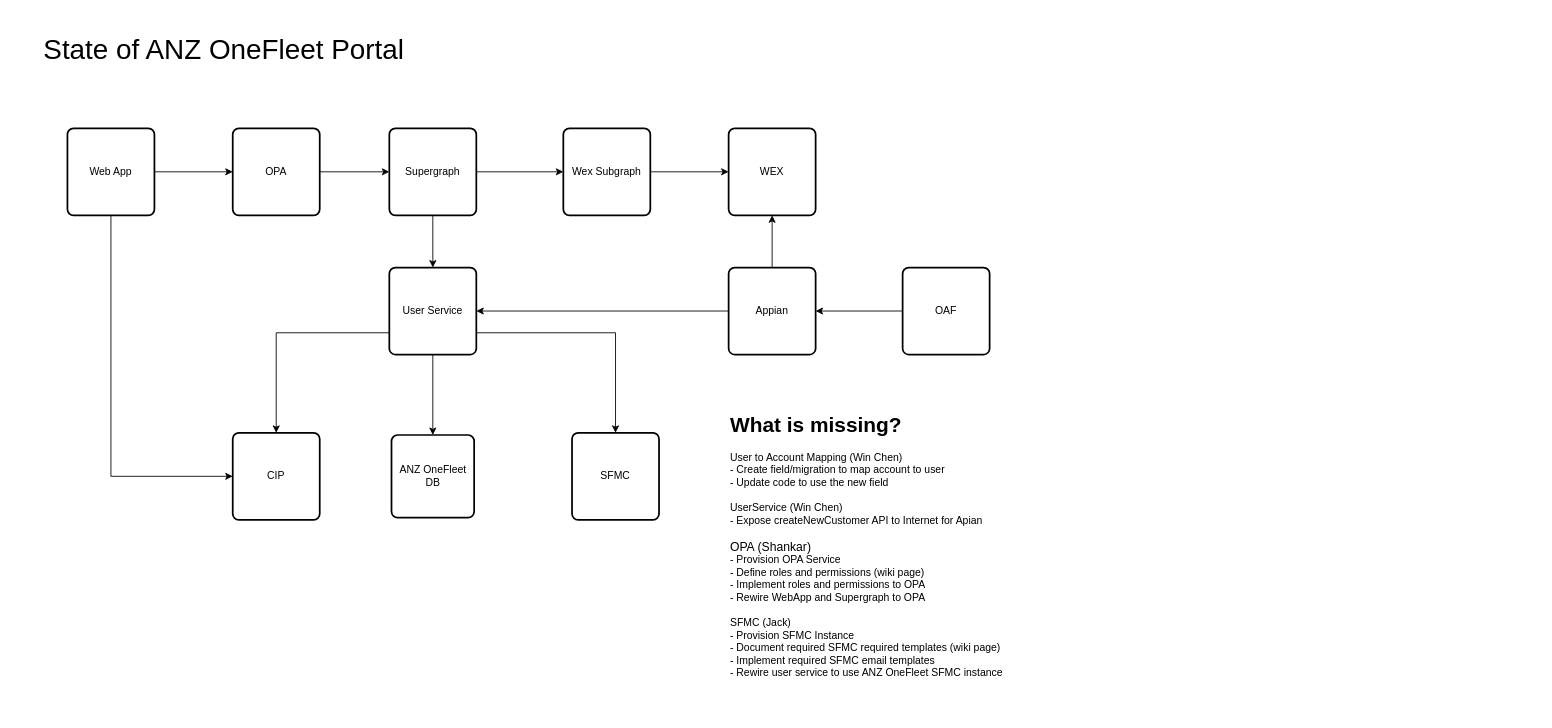
The draw.io diagram Technical User Flow.drawio in maralcbr/sequence-diagrams, before the edit. Source tidied: cells renumbered, new cells numbered last; positions are measured from the earlier drawing's top-left corner, leaving out a move shared by most shapes. Both pictures are drawn from the tidied source at 87%, with x=0, y=0 at pixel (15, 15).
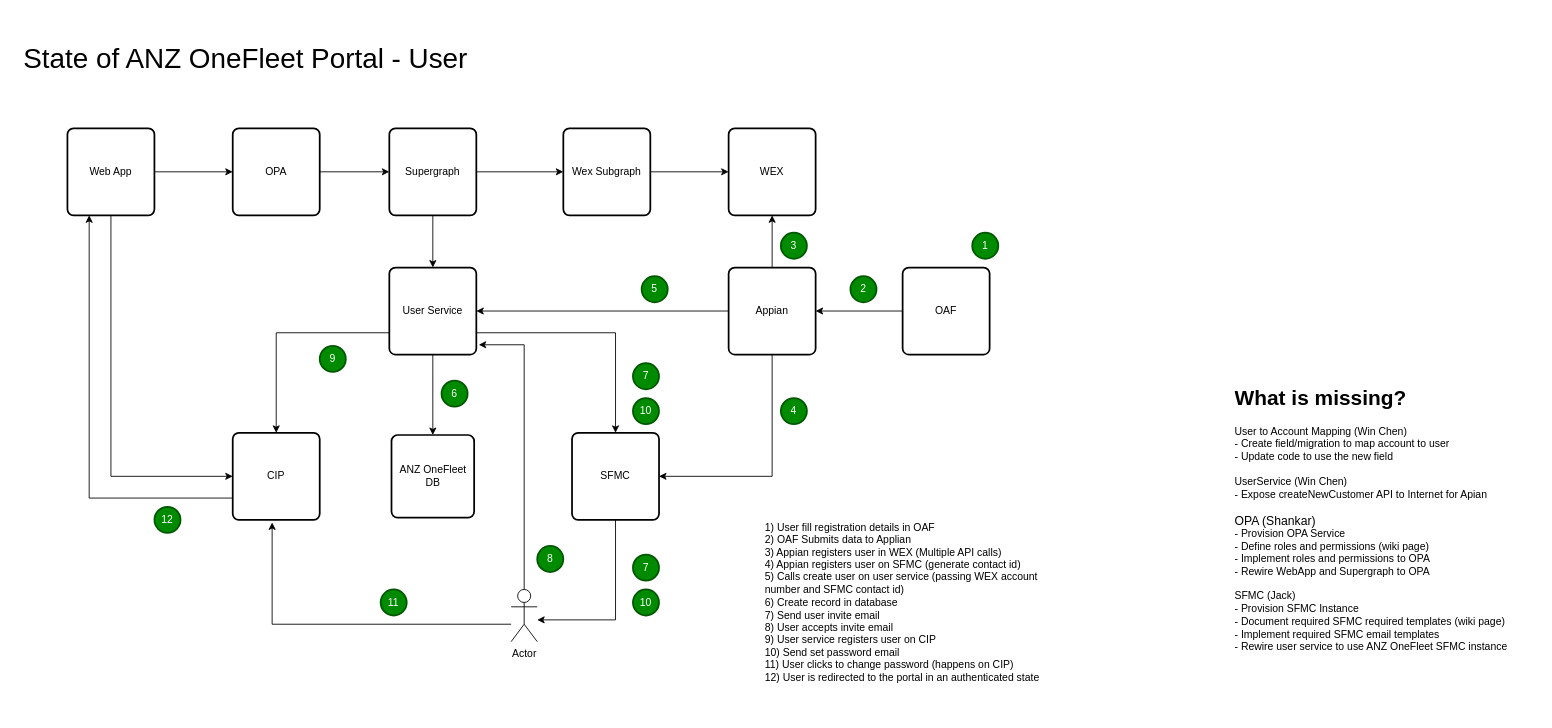
After the change.

The change refers to these unchanged cells:
```xml
<mxCell id="5" value="User Service" style="rounded=1;whiteSpace=wrap;html=1;absoluteArcSize=1;arcSize=14;strokeWidth=2;" parent="1" vertex="1">
  <mxGeometry x="430" y="290" width="100" height="100" as="geometry" />
</mxCell>
<mxCell id="11" value="Web App" style="rounded=1;whiteSpace=wrap;html=1;absoluteArcSize=1;arcSize=14;strokeWidth=2;" parent="1" vertex="1">
  <mxGeometry x="60" y="130" width="100" height="100" as="geometry" />
</mxCell>
<mxCell id="20" value="SFMC" style="rounded=1;whiteSpace=wrap;html=1;absoluteArcSize=1;arcSize=14;strokeWidth=2;" parent="1" vertex="1">
  <mxGeometry x="640" y="480" width="100" height="100" as="geometry" />
</mxCell>
<mxCell id="24" value="Appian" style="rounded=1;whiteSpace=wrap;html=1;absoluteArcSize=1;arcSize=14;strokeWidth=2;" parent="1" vertex="1">
  <mxGeometry x="820" y="290" width="100" height="100" as="geometry" />
</mxCell>
<mxCell id="25" value="CIP" style="rounded=1;whiteSpace=wrap;html=1;absoluteArcSize=1;arcSize=14;strokeWidth=2;" parent="1" vertex="1">
  <mxGeometry x="250" y="480" width="100" height="100" as="geometry" />
</mxCell>
```

Diff of the diagram source:
```diff
@@
     <mxCell id="21" value="&lt;h1 style=&quot;margin-top: 0px;&quot;&gt;What is missing?&lt;/h1&gt;&lt;div&gt;&lt;font style=&quot;font-size: 14px;&quot;&gt;&lt;div style=&quot;font-size: 12px;&quot;&gt;&lt;div&gt;&lt;font style=&quot;font-size: 14px;&quot;&gt;&lt;div style=&quot;font-size: 12px;&quot;&gt;User to Account Mapping (Win Chen)&lt;/div&gt;&lt;div style=&quot;font-size: 12px;&quot;&gt;- Create field/migration to map account to user&lt;/div&gt;&lt;div style=&quot;font-size: 12px;&quot;&gt;- Update code to use the new field&lt;/div&gt;&lt;div style=&quot;font-size: 12px;&quot;&gt;&lt;br&gt;&lt;/div&gt;&lt;div style=&quot;font-size: 12px;&quot;&gt;&lt;div&gt;UserService (Win Chen)&lt;/div&gt;&lt;div&gt;- Expose createNewCustomer API to Internet for Apian&lt;/div&gt;&lt;/div&gt;&lt;div style=&quot;font-size: 12px;&quot;&gt;&lt;br&gt;&lt;/div&gt;&lt;/font&gt;&lt;/div&gt;&lt;div&gt;&lt;font style=&quot;font-size: 14px;&quot;&gt;OPA (Shankar)&lt;/font&gt;&lt;/div&gt;&lt;div&gt;- Provision OPA Service&lt;/div&gt;&lt;div&gt;- Define roles and permissions (wiki page)&lt;/div&gt;&lt;div&gt;- Implement roles and permissions to OPA&lt;/div&gt;&lt;div&gt;- Rewire WebApp and Supergraph to OPA&lt;/div&gt;&lt;div&gt;&lt;br&gt;&lt;/div&gt;&lt;/div&gt;&lt;/font&gt;&lt;/div&gt;&lt;div&gt;SFMC (Jack)&lt;/div&gt;&lt;div&gt;- Provision SFMC Instance&lt;/div&gt;&lt;div&gt;- Document required SFMC required templates (wiki page)&lt;/div&gt;&lt;div&gt;- Implement required SFMC email templates&lt;/div&gt;&lt;div&gt;- Rewire user service to use ANZ OneFleet SFMC instance&lt;br&gt;&lt;/div&gt;" style="text;html=1;whiteSpace=wrap;overflow=hidden;rounded=0;" parent="1" vertex="1">
-      <mxGeometry x="820" y="450" width="350" height="350" as="geometry" />
+      <mxGeometry x="1400" y="420" width="350" height="350" as="geometry" />
     </mxCell>
@@
-    <mxCell id="26" value="State of ANZ OneFleet Portal" style="text;html=1;align=center;verticalAlign=middle;whiteSpace=wrap;rounded=0;fontSize=32;" parent="1" vertex="1">
-      <mxGeometry width="480" height="80" as="geometry" />
+    <mxCell id="26" value="State of ANZ OneFleet Portal - User" style="text;html=1;align=center;verticalAlign=middle;whiteSpace=wrap;rounded=0;fontSize=32;" parent="1" vertex="1">
+      <mxGeometry y="10" width="530" height="80" as="geometry" />
     </mxCell>
+    <mxCell id="27" value="1" style="strokeWidth=2;html=1;shape=mxgraph.flowchart.start_2;whiteSpace=wrap;labelBackgroundColor=none;fillColor=#008a00;strokeColor=#005700;fontColor=#ffffff;" parent="1" vertex="1">
+      <mxGeometry x="1100" y="250" width="30" height="30" as="geometry" />
+    </mxCell>
+    <mxCell id="28" value="2" style="strokeWidth=2;html=1;shape=mxgraph.flowchart.start_2;whiteSpace=wrap;labelBackgroundColor=none;fillColor=#008a00;strokeColor=#005700;fontColor=#ffffff;" parent="1" vertex="1">
+      <mxGeometry x="960" y="300" width="30" height="30" as="geometry" />
+    </mxCell>
+    <mxCell id="29" value="&lt;h1 style=&quot;margin-top: 0px;&quot;&gt;&lt;br&gt;&lt;/h1&gt;&lt;div&gt;1) User fill registration details in OAF&lt;/div&gt;&lt;div&gt;2) OAF Submits data to Applian&lt;/div&gt;&lt;div&gt;3) Appian registers user in WEX (Multiple API calls)&lt;/div&gt;&lt;div&gt;4) Appian registers user on SFMC (generate contact id)&lt;/div&gt;&lt;div&gt;5) Calls create user on user service (passing WEX account number and SFMC contact id)&lt;/div&gt;&lt;div&gt;6) Create record in database&lt;/div&gt;&lt;div&gt;7) Send user invite email&lt;/div&gt;&lt;div&gt;8) User accepts invite email&lt;/div&gt;&lt;div&gt;9) User service r&lt;span style=&quot;background-color: initial;&quot;&gt;egisters user on CIP&lt;/span&gt;&lt;/div&gt;&lt;div&gt;&lt;span style=&quot;background-color: initial;&quot;&gt;10) Send set password email&lt;/span&gt;&lt;/div&gt;&lt;div&gt;&lt;span style=&quot;background-color: initial;&quot;&gt;11) User clicks to change password (happens on CIP)&lt;/span&gt;&lt;/div&gt;&lt;div&gt;&lt;span style=&quot;background-color: initial;&quot;&gt;12) User is redirected to the portal in an authenticated state&lt;/span&gt;&lt;/div&gt;&lt;div&gt;&lt;span style=&quot;background-color: initial;&quot;&gt;&lt;br&gt;&lt;/span&gt;&lt;/div&gt;" style="text;html=1;whiteSpace=wrap;overflow=hidden;rounded=0;" parent="1" vertex="1">
+      <mxGeometry x="860" y="530" width="350" height="260" as="geometry" />
+    </mxCell>
+    <mxCell id="30" value="3" style="strokeWidth=2;html=1;shape=mxgraph.flowchart.start_2;whiteSpace=wrap;labelBackgroundColor=none;fillColor=#008a00;strokeColor=#005700;fontColor=#ffffff;" parent="1" vertex="1">
+      <mxGeometry x="880" y="250" width="30" height="30" as="geometry" />
+    </mxCell>
+    <mxCell id="31" value="4" style="strokeWidth=2;html=1;shape=mxgraph.flowchart.start_2;whiteSpace=wrap;labelBackgroundColor=none;fillColor=#008a00;strokeColor=#005700;fontColor=#ffffff;" parent="1" vertex="1">
+      <mxGeometry x="880" y="440" width="30" height="30" as="geometry" />
+    </mxCell>
+    <mxCell id="32" style="edgeStyle=orthogonalEdgeStyle;rounded=0;jettySize=auto;html=1;exitX=0.5;exitY=1;exitDx=0;exitDy=0;entryX=1;entryY=0.5;entryDx=0;entryDy=0;" parent="1" edge="1" source="24" target="20">
+      <mxGeometry relative="1" as="geometry">
+        <Array as="points">
+          <mxPoint x="870" y="530" />
+        </Array>
+      </mxGeometry>
+    </mxCell>
+    <mxCell id="33" value="5" style="strokeWidth=2;html=1;shape=mxgraph.flowchart.start_2;whiteSpace=wrap;labelBackgroundColor=none;fillColor=#008a00;strokeColor=#005700;fontColor=#ffffff;" parent="1" vertex="1">
+      <mxGeometry x="720" y="300" width="30" height="30" as="geometry" />
+    </mxCell>
+    <mxCell id="34" value="6" style="strokeWidth=2;html=1;shape=mxgraph.flowchart.start_2;whiteSpace=wrap;labelBackgroundColor=none;fillColor=#008a00;strokeColor=#005700;fontColor=#ffffff;" parent="1" vertex="1">
+      <mxGeometry x="490" y="420" width="30" height="30" as="geometry" />
+    </mxCell>
+    <mxCell id="35" value="7" style="strokeWidth=2;html=1;shape=mxgraph.flowchart.start_2;whiteSpace=wrap;labelBackgroundColor=none;fillColor=#008a00;strokeColor=#005700;fontColor=#ffffff;" parent="1" vertex="1">
+      <mxGeometry x="710" y="400" width="30" height="30" as="geometry" />
+    </mxCell>
+    <mxCell id="36" value="9" style="strokeWidth=2;html=1;shape=mxgraph.flowchart.start_2;whiteSpace=wrap;labelBackgroundColor=none;fillColor=#008a00;strokeColor=#005700;fontColor=#ffffff;" parent="1" vertex="1">
+      <mxGeometry x="350" y="380" width="30" height="30" as="geometry" />
+    </mxCell>
+    <mxCell id="37" value="8" style="strokeWidth=2;html=1;shape=mxgraph.flowchart.start_2;whiteSpace=wrap;labelBackgroundColor=none;fillColor=#008a00;strokeColor=#005700;fontColor=#ffffff;" parent="1" vertex="1">
+      <mxGeometry x="600" y="610" width="30" height="30" as="geometry" />
+    </mxCell>
+    <mxCell id="38" value="Actor" style="shape=umlActor;verticalLabelPosition=bottom;verticalAlign=top;html=1;outlineConnect=0;" parent="1" vertex="1">
+      <mxGeometry x="570" y="660" width="30" height="60" as="geometry" />
+    </mxCell>
+    <mxCell id="39" style="edgeStyle=orthogonalEdgeStyle;rounded=0;jettySize=auto;html=1;entryX=1.028;entryY=0.888;entryDx=0;entryDy=0;exitX=0.5;exitY=0;exitDx=0;exitDy=0;exitPerimeter=0;entryPerimeter=0;" parent="1" edge="1" source="38" target="5">
+      <mxGeometry relative="1" as="geometry">
+        <Array as="points">
+          <mxPoint x="585" y="379" />
+        </Array>
+      </mxGeometry>
+    </mxCell>
+    <mxCell id="40" style="edgeStyle=orthogonalEdgeStyle;rounded=0;jettySize=auto;html=1;exitX=0.5;exitY=1;exitDx=0;exitDy=0;entryX=1;entryY=0.5;entryDx=0;entryDy=0;" parent="1" edge="1" source="20">
+      <mxGeometry relative="1" as="geometry">
+        <mxPoint x="600" y="695" as="targetPoint" />
+        <Array as="points">
+          <mxPoint x="690" y="695" />
+        </Array>
+      </mxGeometry>
+    </mxCell>
+    <mxCell id="41" value="7" style="strokeWidth=2;html=1;shape=mxgraph.flowchart.start_2;whiteSpace=wrap;labelBackgroundColor=none;fillColor=#008a00;strokeColor=#005700;fontColor=#ffffff;" parent="1" vertex="1">
+      <mxGeometry x="710" y="620" width="30" height="30" as="geometry" />
+    </mxCell>
+    <mxCell id="42" value="10" style="strokeWidth=2;html=1;shape=mxgraph.flowchart.start_2;whiteSpace=wrap;labelBackgroundColor=none;fillColor=#008a00;strokeColor=#005700;fontColor=#ffffff;" parent="1" vertex="1">
+      <mxGeometry x="710" y="440" width="30" height="30" as="geometry" />
+    </mxCell>
+    <mxCell id="43" value="10" style="strokeWidth=2;html=1;shape=mxgraph.flowchart.start_2;whiteSpace=wrap;labelBackgroundColor=none;fillColor=#008a00;strokeColor=#005700;fontColor=#ffffff;" parent="1" vertex="1">
+      <mxGeometry x="710" y="660" width="30" height="30" as="geometry" />
+    </mxCell>
+    <mxCell id="44" style="edgeStyle=orthogonalEdgeStyle;rounded=0;jettySize=auto;html=1;entryX=0.453;entryY=1.03;entryDx=0;entryDy=0;entryPerimeter=0;" parent="1" edge="1" source="38" target="25">
+      <mxGeometry relative="1" as="geometry">
+        <Array as="points">
+          <mxPoint x="295" y="700" />
+        </Array>
+      </mxGeometry>
+    </mxCell>
+    <mxCell id="45" value="11" style="strokeWidth=2;html=1;shape=mxgraph.flowchart.start_2;whiteSpace=wrap;labelBackgroundColor=none;fillColor=#008a00;strokeColor=#005700;fontColor=#ffffff;" parent="1" vertex="1">
+      <mxGeometry x="420" y="660" width="30" height="30" as="geometry" />
+    </mxCell>
+    <mxCell id="46" style="edgeStyle=orthogonalEdgeStyle;rounded=0;jettySize=auto;html=1;entryX=0.25;entryY=1;entryDx=0;entryDy=0;exitX=0;exitY=0.75;exitDx=0;exitDy=0;" parent="1" edge="1" source="25" target="11">
+      <mxGeometry relative="1" as="geometry">
+        <Array as="points">
+          <mxPoint x="85" y="555" />
+        </Array>
+      </mxGeometry>
+    </mxCell>
+    <mxCell id="47" value="12" style="strokeWidth=2;html=1;shape=mxgraph.flowchart.start_2;whiteSpace=wrap;labelBackgroundColor=none;fillColor=#008a00;strokeColor=#005700;fontColor=#ffffff;" parent="1" vertex="1">
+      <mxGeometry x="160" y="565" width="30" height="30" as="geometry" />
+    </mxCell>
```
